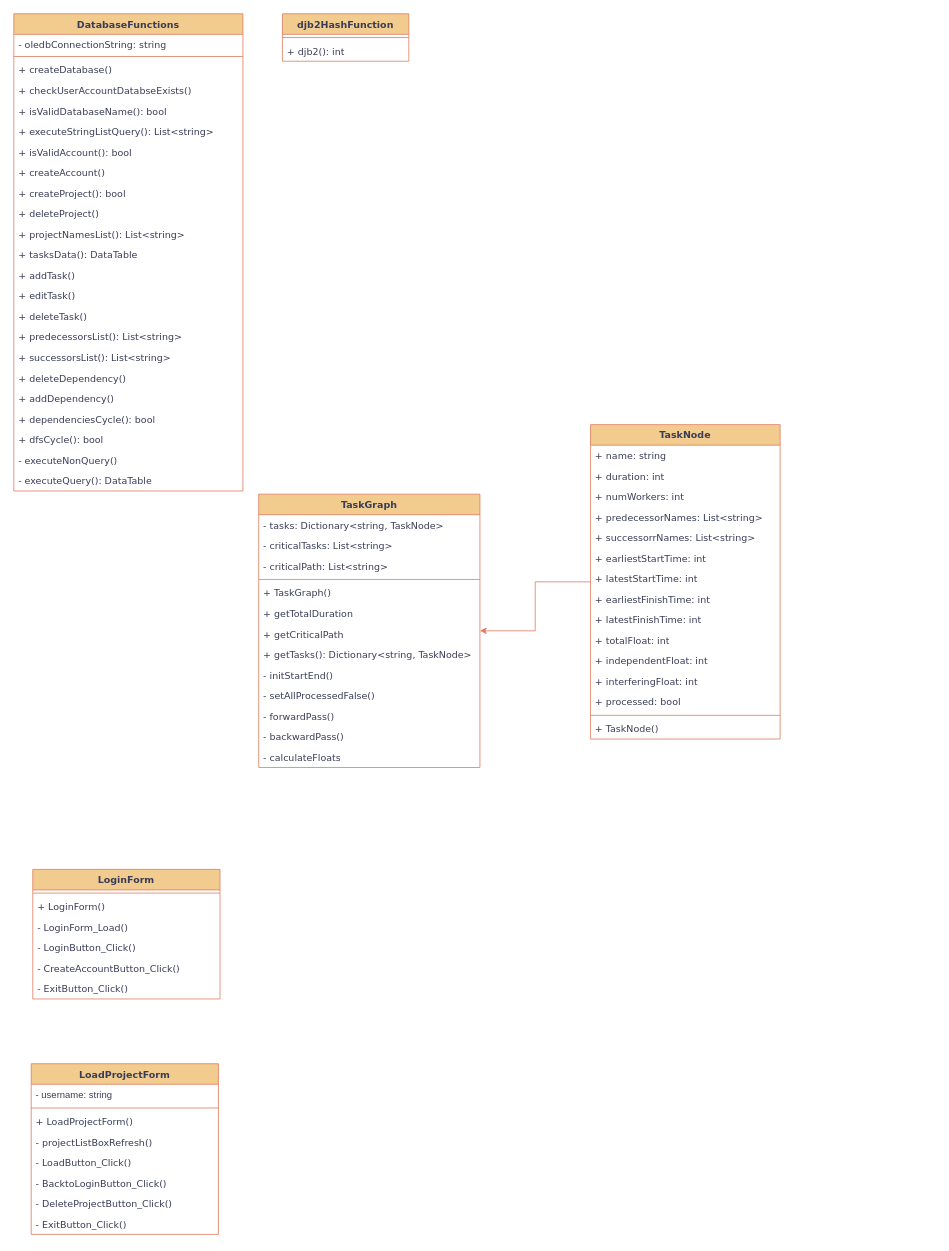
Earlier version of the draw.io diagram UMLClassDiagram.drawio (Senacen/Critical-Path-Project-Manager-NEA-MS-Access). Source tidied: cells renumbered, new cells numbered last; positions are measured from the earlier drawing's top-left corner, leaving out a move shared by most shapes. Both pictures are drawn from the tidied source at 79%, with x=0, y=0 at pixel (13, 13).
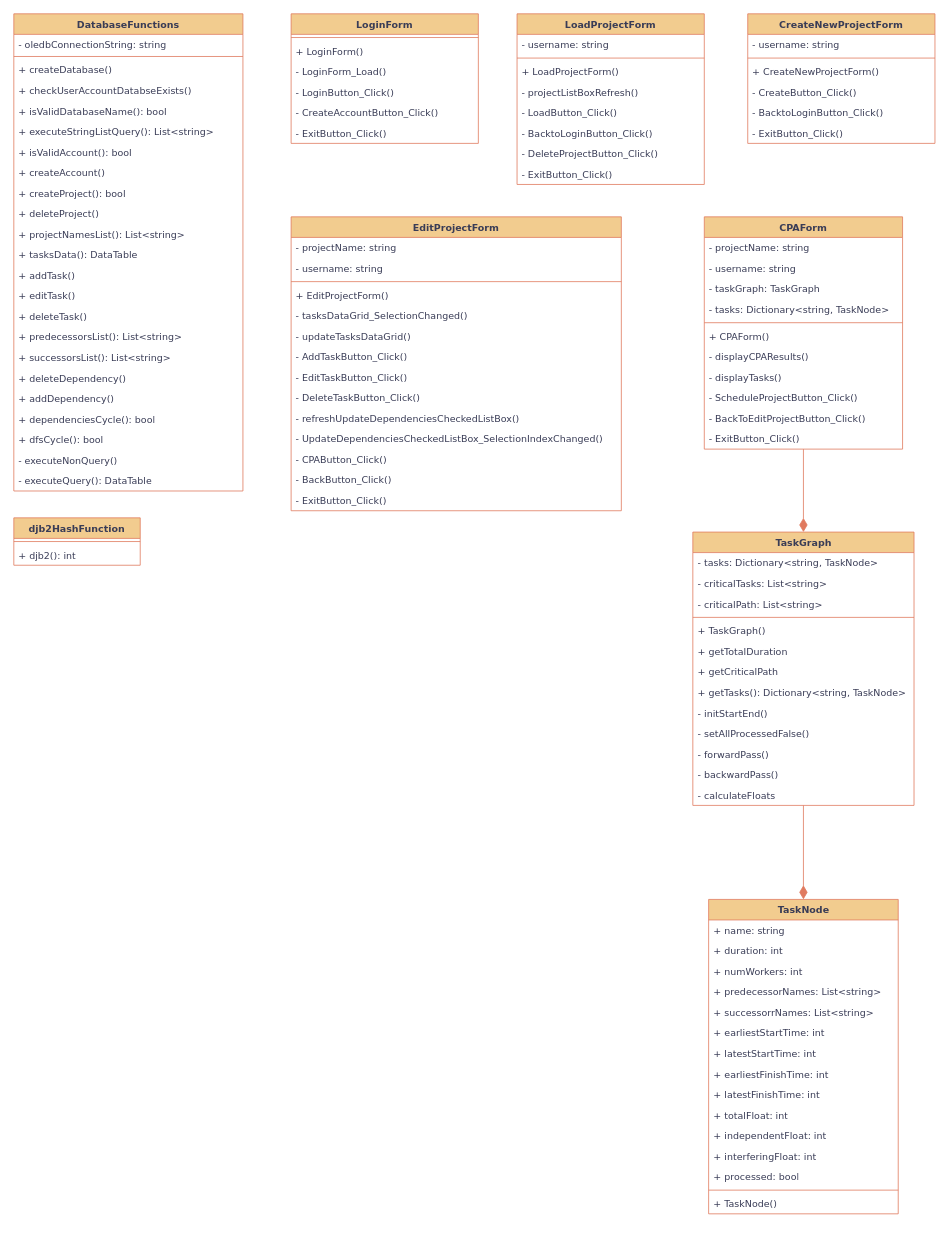
The same page after the edit.

What changed in the source:
```diff
@@
     <mxCell id="26" value="djb2HashFunction" style="swimlane;fontStyle=1;align=center;verticalAlign=top;horizontal=1;startSize=26;whiteSpace=wrap;html=1;fontFamily=Verdana;labelBackgroundColor=none;fillColor=#F2CC8F;strokeColor=#E07A5F;fontColor=#393C56;" parent="1" vertex="1">
-      <mxGeometry x="340" width="160" height="60" as="geometry" />
+      <mxGeometry y="638" width="160" height="60" as="geometry" />
     </mxCell>
@@
+    <mxCell id="76" style="edgeStyle=orthogonalEdgeStyle;rounded=0;jettySize=auto;html=1;strokeColor=#E07A5F;fontColor=#393C56;fillColor=#F2CC8F;endArrow=diamondThin;endFill=1;endSize=15;fontFamily=Verdana;" parent="1" edge="1" source="29" target="44">
+      <mxGeometry relative="1" as="geometry" />
+    </mxCell>
     <mxCell id="29" value="TaskGraph" style="swimlane;fontStyle=1;align=center;verticalAlign=top;horizontal=1;startSize=26;whiteSpace=wrap;html=1;strokeColor=#E07A5F;fontColor=#393C56;fillColor=#F2CC8F;fontFamily=Verdana;labelBackgroundColor=none;" parent="1" vertex="1">
-      <mxGeometry x="310" y="608" width="280" height="346" as="geometry" />
+      <mxGeometry x="859.5" y="656" width="280" height="346" as="geometry" />
     </mxCell>
@@
-    <mxCell id="43" style="edgeStyle=orthogonalEdgeStyle;rounded=0;jettySize=auto;html=1;strokeColor=#E07A5F;fontColor=default;fillColor=#F2CC8F;labelBackgroundColor=none;fontFamily=Verdana;" parent="1" edge="1" source="44" target="29">
-      <mxGeometry relative="1" as="geometry" />
-    </mxCell>
     <mxCell id="44" value="TaskNode" style="swimlane;fontStyle=1;align=center;verticalAlign=top;horizontal=1;startSize=26;whiteSpace=wrap;html=1;strokeColor=#E07A5F;fontColor=#393C56;fillColor=#F2CC8F;fontFamily=Verdana;labelBackgroundColor=none;" parent="1" vertex="1">
-      <mxGeometry x="730" y="520" width="240" height="398" as="geometry" />
+      <mxGeometry x="879.5" y="1121" width="240" height="398" as="geometry" />
     </mxCell>
@@
     <mxCell id="60" value="LoginForm" style="swimlane;fontStyle=1;align=center;verticalAlign=top;horizontal=1;startSize=26;whiteSpace=wrap;html=1;labelBackgroundColor=none;fillColor=#F2CC8F;strokeColor=#E07A5F;fontColor=#393C56;fontFamily=Verdana;" parent="1" vertex="1">
-      <mxGeometry x="24" y="1083" width="237" height="164" as="geometry" />
+      <mxGeometry x="351" width="237" height="164" as="geometry" />
     </mxCell>
@@
     <mxCell id="67" value="LoadProjectForm" style="swimlane;fontStyle=1;align=center;verticalAlign=top;horizontal=1;startSize=26;whiteSpace=wrap;html=1;labelBackgroundColor=none;fillColor=#F2CC8F;strokeColor=#E07A5F;fontColor=#393C56;fontFamily=Verdana;" parent="1" vertex="1">
-      <mxGeometry x="22" y="1329" width="237" height="216" as="geometry" />
+      <mxGeometry x="637" width="237" height="216" as="geometry" />
     </mxCell>
-    <mxCell id="68" value="- username: string" style="text;strokeColor=none;fillColor=none;align=left;verticalAlign=top;spacingLeft=4;spacingRight=4;overflow=hidden;whiteSpace=wrap;html=1;fontColor=#393C56;" parent="67" vertex="1">
+    <mxCell id="68" value="- username: string" style="text;strokeColor=none;fillColor=none;align=left;verticalAlign=top;spacingLeft=4;spacingRight=4;overflow=hidden;whiteSpace=wrap;html=1;fontColor=#393C56;fontFamily=Verdana;" parent="67" vertex="1">
       <mxGeometry y="26" width="237" height="26" as="geometry" />
     </mxCell>
@@
+    <mxCell id="77" value="CreateNewProjectForm" style="swimlane;fontStyle=1;align=center;verticalAlign=top;horizontal=1;startSize=26;whiteSpace=wrap;html=1;labelBackgroundColor=none;fillColor=#F2CC8F;strokeColor=#E07A5F;fontColor=#393C56;fontFamily=Verdana;" parent="1" vertex="1">
+      <mxGeometry x="929" width="237" height="164" as="geometry" />
+    </mxCell>
+    <mxCell id="78" value="- username: string" style="text;strokeColor=none;fillColor=none;align=left;verticalAlign=top;spacingLeft=4;spacingRight=4;overflow=hidden;whiteSpace=wrap;html=1;fontColor=#393C56;fontFamily=Verdana;" parent="77" vertex="1">
+      <mxGeometry y="26" width="237" height="26" as="geometry" />
+    </mxCell>
+    <mxCell id="79" style="line;strokeWidth=1;fillColor=none;align=left;verticalAlign=middle;spacingTop=-1;spacingLeft=3;spacingRight=3;labelPosition=right;strokeColor=#E07A5F;labelBackgroundColor=none;fontColor=#393C56;fontFamily=Verdana;" parent="77" vertex="1">
+      <mxGeometry y="52" width="237" height="8" as="geometry" />
+    </mxCell>
+    <mxCell id="80" value="+ CreateNewProjectForm()" style="text;strokeColor=none;fillColor=none;align=left;verticalAlign=top;spacingLeft=4;spacingRight=4;overflow=hidden;whiteSpace=wrap;html=1;labelBackgroundColor=none;fontColor=#393C56;fontFamily=Verdana;" parent="77" vertex="1">
+      <mxGeometry y="60" width="237" height="26" as="geometry" />
+    </mxCell>
+    <mxCell id="81" value="- CreateButton_Click()" style="text;strokeColor=none;fillColor=none;align=left;verticalAlign=top;spacingLeft=4;spacingRight=4;overflow=hidden;whiteSpace=wrap;html=1;labelBackgroundColor=none;fontColor=#393C56;fontFamily=Verdana;" parent="77" vertex="1">
+      <mxGeometry y="86" width="237" height="26" as="geometry" />
+    </mxCell>
+    <mxCell id="82" value="- BacktoLoginButton_Click()" style="text;strokeColor=none;fillColor=none;align=left;verticalAlign=top;spacingLeft=4;spacingRight=4;overflow=hidden;whiteSpace=wrap;html=1;labelBackgroundColor=none;fontColor=#393C56;fontFamily=Verdana;" parent="77" vertex="1">
+      <mxGeometry y="112" width="237" height="26" as="geometry" />
+    </mxCell>
+    <mxCell id="83" value="- ExitButton_Click()" style="text;strokeColor=none;fillColor=none;align=left;verticalAlign=top;spacingLeft=4;spacingRight=4;overflow=hidden;whiteSpace=wrap;html=1;labelBackgroundColor=none;fontColor=#393C56;fontFamily=Verdana;" parent="77" vertex="1">
+      <mxGeometry y="138" width="237" height="26" as="geometry" />
+    </mxCell>
+    <mxCell id="84" value="EditProjectForm" style="swimlane;fontStyle=1;align=center;verticalAlign=top;horizontal=1;startSize=26;whiteSpace=wrap;html=1;labelBackgroundColor=none;fillColor=#F2CC8F;strokeColor=#E07A5F;fontColor=#393C56;fontFamily=Verdana;" parent="1" vertex="1">
+      <mxGeometry x="351" y="257" width="418" height="372" as="geometry" />
+    </mxCell>
+    <mxCell id="85" value="- projectName: string" style="text;strokeColor=none;fillColor=none;align=left;verticalAlign=top;spacingLeft=4;spacingRight=4;overflow=hidden;whiteSpace=wrap;html=1;fontColor=#393C56;fontFamily=Verdana;" parent="84" vertex="1">
+      <mxGeometry y="26" width="418" height="26" as="geometry" />
+    </mxCell>
+    <mxCell id="86" value="- username: string" style="text;strokeColor=none;fillColor=none;align=left;verticalAlign=top;spacingLeft=4;spacingRight=4;overflow=hidden;whiteSpace=wrap;html=1;fontColor=#393C56;fontFamily=Verdana;" parent="84" vertex="1">
+      <mxGeometry y="52" width="418" height="26" as="geometry" />
+    </mxCell>
+    <mxCell id="87" style="line;strokeWidth=1;fillColor=none;align=left;verticalAlign=middle;spacingTop=-1;spacingLeft=3;spacingRight=3;labelPosition=right;strokeColor=#E07A5F;labelBackgroundColor=none;fontColor=#393C56;fontFamily=Verdana;" parent="84" vertex="1">
+      <mxGeometry y="78" width="418" height="8" as="geometry" />
+    </mxCell>
+    <mxCell id="88" value="+ EditProjectForm()" style="text;strokeColor=none;fillColor=none;align=left;verticalAlign=top;spacingLeft=4;spacingRight=4;overflow=hidden;whiteSpace=wrap;html=1;labelBackgroundColor=none;fontColor=#393C56;fontFamily=Verdana;" parent="84" vertex="1">
+      <mxGeometry y="86" width="418" height="26" as="geometry" />
+    </mxCell>
+    <mxCell id="89" value="- tasksDataGrid_SelectionChanged()" style="text;strokeColor=none;fillColor=none;align=left;verticalAlign=top;spacingLeft=4;spacingRight=4;overflow=hidden;whiteSpace=wrap;html=1;labelBackgroundColor=none;fontColor=#393C56;fontFamily=Verdana;" parent="84" vertex="1">
+      <mxGeometry y="112" width="418" height="26" as="geometry" />
+    </mxCell>
+    <mxCell id="90" value="- updateTasksDataGrid()" style="text;strokeColor=none;fillColor=none;align=left;verticalAlign=top;spacingLeft=4;spacingRight=4;overflow=hidden;whiteSpace=wrap;html=1;labelBackgroundColor=none;fontColor=#393C56;fontFamily=Verdana;" parent="84" vertex="1">
+      <mxGeometry y="138" width="418" height="26" as="geometry" />
+    </mxCell>
+    <mxCell id="91" value="- AddTaskButton_Click()" style="text;strokeColor=none;fillColor=none;align=left;verticalAlign=top;spacingLeft=4;spacingRight=4;overflow=hidden;whiteSpace=wrap;html=1;labelBackgroundColor=none;fontColor=#393C56;fontFamily=Verdana;" parent="84" vertex="1">
+      <mxGeometry y="164" width="418" height="26" as="geometry" />
+    </mxCell>
+    <mxCell id="92" value="- EditTaskButton_Click()" style="text;strokeColor=none;fillColor=none;align=left;verticalAlign=top;spacingLeft=4;spacingRight=4;overflow=hidden;whiteSpace=wrap;html=1;labelBackgroundColor=none;fontColor=#393C56;fontFamily=Verdana;" parent="84" vertex="1">
+      <mxGeometry y="190" width="418" height="26" as="geometry" />
+    </mxCell>
+    <mxCell id="93" value="- DeleteTaskButton_Click()" style="text;strokeColor=none;fillColor=none;align=left;verticalAlign=top;spacingLeft=4;spacingRight=4;overflow=hidden;whiteSpace=wrap;html=1;labelBackgroundColor=none;fontColor=#393C56;fontFamily=Verdana;" parent="84" vertex="1">
+      <mxGeometry y="216" width="418" height="26" as="geometry" />
+    </mxCell>
+    <mxCell id="94" value="- refreshUpdateDependenciesCheckedListBox()" style="text;strokeColor=none;fillColor=none;align=left;verticalAlign=top;spacingLeft=4;spacingRight=4;overflow=hidden;whiteSpace=wrap;html=1;labelBackgroundColor=none;fontColor=#393C56;fontFamily=Verdana;" parent="84" vertex="1">
+      <mxGeometry y="242" width="418" height="26" as="geometry" />
+    </mxCell>
+    <mxCell id="95" value="- UpdateDependenciesCheckedListBox_SelectionIndexChanged()" style="text;strokeColor=none;fillColor=none;align=left;verticalAlign=top;spacingLeft=4;spacingRight=4;overflow=hidden;whiteSpace=wrap;html=1;labelBackgroundColor=none;fontColor=#393C56;fontFamily=Verdana;" parent="84" vertex="1">
+      <mxGeometry y="268" width="418" height="26" as="geometry" />
+    </mxCell>
+    <mxCell id="96" value="- CPAButton_Click()" style="text;strokeColor=none;fillColor=none;align=left;verticalAlign=top;spacingLeft=4;spacingRight=4;overflow=hidden;whiteSpace=wrap;html=1;labelBackgroundColor=none;fontColor=#393C56;fontFamily=Verdana;" parent="84" vertex="1">
+      <mxGeometry y="294" width="418" height="26" as="geometry" />
+    </mxCell>
+    <mxCell id="97" value="- BackButton_Click()" style="text;strokeColor=none;fillColor=none;align=left;verticalAlign=top;spacingLeft=4;spacingRight=4;overflow=hidden;whiteSpace=wrap;html=1;labelBackgroundColor=none;fontColor=#393C56;fontFamily=Verdana;" parent="84" vertex="1">
+      <mxGeometry y="320" width="418" height="26" as="geometry" />
+    </mxCell>
+    <mxCell id="98" value="- ExitButton_Click()" style="text;strokeColor=none;fillColor=none;align=left;verticalAlign=top;spacingLeft=4;spacingRight=4;overflow=hidden;whiteSpace=wrap;html=1;labelBackgroundColor=none;fontColor=#393C56;fontFamily=Verdana;" parent="84" vertex="1">
+      <mxGeometry y="346" width="418" height="26" as="geometry" />
+    </mxCell>
+    <mxCell id="99" style="edgeStyle=orthogonalEdgeStyle;rounded=0;jettySize=auto;html=1;strokeColor=#E07A5F;fontColor=#393C56;fillColor=#F2CC8F;endArrow=diamondThin;endFill=1;endSize=15;fontFamily=Verdana;" parent="1" edge="1" source="100" target="29">
+      <mxGeometry relative="1" as="geometry" />
+    </mxCell>
+    <mxCell id="100" value="CPAForm" style="swimlane;fontStyle=1;align=center;verticalAlign=top;horizontal=1;startSize=26;whiteSpace=wrap;html=1;labelBackgroundColor=none;fillColor=#F2CC8F;strokeColor=#E07A5F;fontColor=#393C56;fontFamily=Verdana;" parent="1" vertex="1">
+      <mxGeometry x="874" y="257" width="251" height="294" as="geometry" />
+    </mxCell>
+    <mxCell id="101" value="- projectName: string" style="text;strokeColor=none;fillColor=none;align=left;verticalAlign=top;spacingLeft=4;spacingRight=4;overflow=hidden;whiteSpace=wrap;html=1;fontColor=#393C56;fontFamily=Verdana;" parent="100" vertex="1">
+      <mxGeometry y="26" width="251" height="26" as="geometry" />
+    </mxCell>
+    <mxCell id="102" value="- username: string" style="text;strokeColor=none;fillColor=none;align=left;verticalAlign=top;spacingLeft=4;spacingRight=4;overflow=hidden;whiteSpace=wrap;html=1;fontColor=#393C56;fontFamily=Verdana;" parent="100" vertex="1">
+      <mxGeometry y="52" width="251" height="26" as="geometry" />
+    </mxCell>
+    <mxCell id="103" value="- taskGraph: TaskGraph" style="text;strokeColor=none;fillColor=none;align=left;verticalAlign=top;spacingLeft=4;spacingRight=4;overflow=hidden;whiteSpace=wrap;html=1;fontColor=#393C56;fontFamily=Verdana;" parent="100" vertex="1">
+      <mxGeometry y="78" width="251" height="26" as="geometry" />
+    </mxCell>
+    <mxCell id="104" value="- tasks: Dictionary&amp;lt;string, TaskNode&amp;gt;" style="text;strokeColor=none;fillColor=none;align=left;verticalAlign=top;spacingLeft=4;spacingRight=4;overflow=hidden;whiteSpace=wrap;html=1;fontColor=#393C56;fontFamily=Verdana;" parent="100" vertex="1">
+      <mxGeometry y="104" width="251" height="26" as="geometry" />
+    </mxCell>
+    <mxCell id="105" style="line;strokeWidth=1;fillColor=none;align=left;verticalAlign=middle;spacingTop=-1;spacingLeft=3;spacingRight=3;labelPosition=right;strokeColor=#E07A5F;labelBackgroundColor=none;fontColor=#393C56;fontFamily=Verdana;" parent="100" vertex="1">
+      <mxGeometry y="130" width="251" height="8" as="geometry" />
+    </mxCell>
+    <mxCell id="106" value="+ CPAForm()" style="text;strokeColor=none;fillColor=none;align=left;verticalAlign=top;spacingLeft=4;spacingRight=4;overflow=hidden;whiteSpace=wrap;html=1;labelBackgroundColor=none;fontColor=#393C56;fontFamily=Verdana;" parent="100" vertex="1">
+      <mxGeometry y="138" width="251" height="26" as="geometry" />
+    </mxCell>
+    <mxCell id="107" value="- displayCPAResults()" style="text;strokeColor=none;fillColor=none;align=left;verticalAlign=top;spacingLeft=4;spacingRight=4;overflow=hidden;whiteSpace=wrap;html=1;labelBackgroundColor=none;fontColor=#393C56;fontFamily=Verdana;" parent="100" vertex="1">
+      <mxGeometry y="164" width="251" height="26" as="geometry" />
+    </mxCell>
+    <mxCell id="108" value="- displayTasks()" style="text;strokeColor=none;fillColor=none;align=left;verticalAlign=top;spacingLeft=4;spacingRight=4;overflow=hidden;whiteSpace=wrap;html=1;labelBackgroundColor=none;fontColor=#393C56;fontFamily=Verdana;" parent="100" vertex="1">
+      <mxGeometry y="190" width="251" height="26" as="geometry" />
+    </mxCell>
+    <mxCell id="109" value="- ScheduleProjectButton_Click()" style="text;strokeColor=none;fillColor=none;align=left;verticalAlign=top;spacingLeft=4;spacingRight=4;overflow=hidden;whiteSpace=wrap;html=1;labelBackgroundColor=none;fontColor=#393C56;fontFamily=Verdana;" parent="100" vertex="1">
+      <mxGeometry y="216" width="251" height="26" as="geometry" />
+    </mxCell>
+    <mxCell id="110" value="- BackToEditProjectButton_Click()" style="text;strokeColor=none;fillColor=none;align=left;verticalAlign=top;spacingLeft=4;spacingRight=4;overflow=hidden;whiteSpace=wrap;html=1;labelBackgroundColor=none;fontColor=#393C56;fontFamily=Verdana;" parent="100" vertex="1">
+      <mxGeometry y="242" width="251" height="26" as="geometry" />
+    </mxCell>
+    <mxCell id="111" value="- ExitButton_Click()" style="text;strokeColor=none;fillColor=none;align=left;verticalAlign=top;spacingLeft=4;spacingRight=4;overflow=hidden;whiteSpace=wrap;html=1;labelBackgroundColor=none;fontColor=#393C56;fontFamily=Verdana;" parent="100" vertex="1">
+      <mxGeometry y="268" width="251" height="26" as="geometry" />
+    </mxCell>
```
